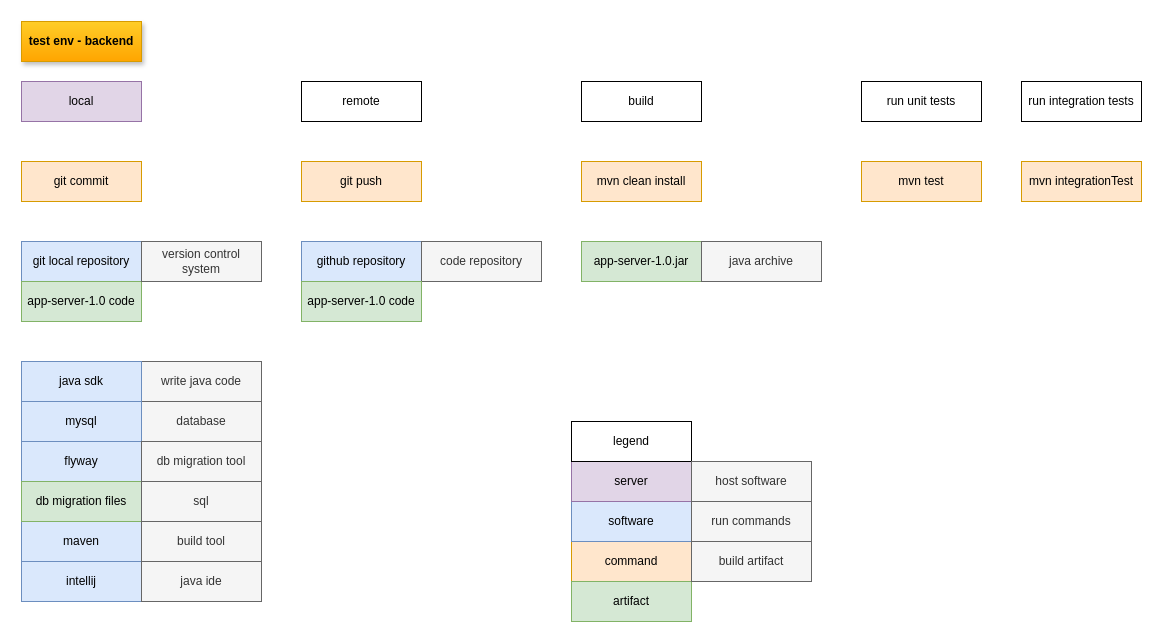
This is page "CI/CD test" (2 of 2) of docs/devops/CI-CD.drawio from cosminbucur/final-ro23, a draw.io file, before an edit. Source tidied: cells renumbered, new cells numbered last; positions are measured from the earlier drawing's top-left corner, leaving out a move shared by most shapes. Both pictures are drawn from the tidied source at 100%, with x=0, y=0 at pixel (21, 21).
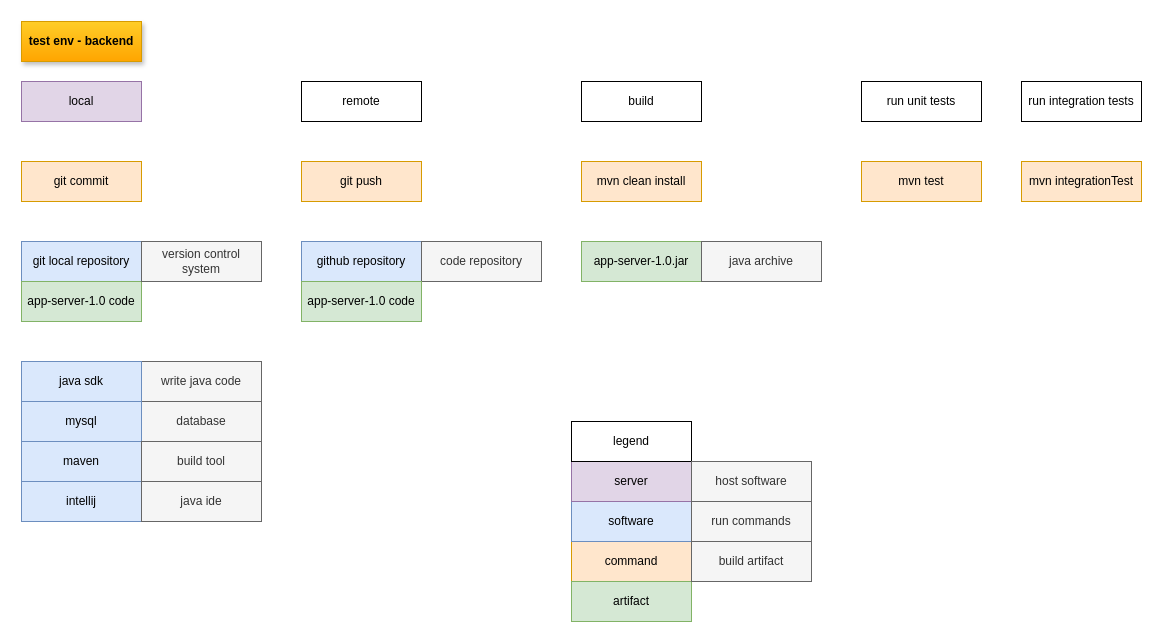
Above is the later version.

Diff of the diagram source:
```diff
@@
     <mxCell id="20" value="intellij" style="rounded=0;whiteSpace=wrap;html=1;fillColor=#dae8fc;strokeColor=#6c8ebf;" parent="1" vertex="1">
-      <mxGeometry y="540" width="120" height="40" as="geometry" />
+      <mxGeometry y="460" width="120" height="40" as="geometry" />
     </mxCell>
     <mxCell id="21" value="java ide" style="rounded=0;whiteSpace=wrap;html=1;fillColor=#f5f5f5;strokeColor=#666666;fontColor=#333333;" parent="1" vertex="1">
-      <mxGeometry x="120" y="540" width="120" height="40" as="geometry" />
+      <mxGeometry x="120" y="460" width="120" height="40" as="geometry" />
     </mxCell>
     <mxCell id="22" value="maven" style="rounded=0;whiteSpace=wrap;html=1;fillColor=#dae8fc;strokeColor=#6c8ebf;" parent="1" vertex="1">
-      <mxGeometry y="500" width="120" height="40" as="geometry" />
+      <mxGeometry y="420" width="120" height="40" as="geometry" />
     </mxCell>
     <mxCell id="23" value="build tool" style="rounded=0;whiteSpace=wrap;html=1;fillColor=#f5f5f5;strokeColor=#666666;fontColor=#333333;" parent="1" vertex="1">
-      <mxGeometry x="120" y="500" width="120" height="40" as="geometry" />
+      <mxGeometry x="120" y="420" width="120" height="40" as="geometry" />
     </mxCell>
@@
-    <mxCell id="37" value="flyway" style="rounded=0;whiteSpace=wrap;html=1;fillColor=#dae8fc;strokeColor=#6c8ebf;" parent="1" vertex="1">
-      <mxGeometry y="420" width="120" height="40" as="geometry" />
-    </mxCell>
-    <mxCell id="38" value="db migration tool" style="rounded=0;whiteSpace=wrap;html=1;fillColor=#f5f5f5;strokeColor=#666666;fontColor=#333333;" parent="1" vertex="1">
-      <mxGeometry x="120" y="420" width="120" height="40" as="geometry" />
-    </mxCell>
-    <mxCell id="39" value="db migration files" style="rounded=0;whiteSpace=wrap;html=1;fillColor=#d5e8d4;strokeColor=#82b366;" parent="1" vertex="1">
-      <mxGeometry y="460" width="120" height="40" as="geometry" />
-    </mxCell>
-    <mxCell id="40" value="sql" style="rounded=0;whiteSpace=wrap;html=1;fillColor=#f5f5f5;strokeColor=#666666;fontColor=#333333;" parent="1" vertex="1">
-      <mxGeometry x="120" y="460" width="120" height="40" as="geometry" />
-    </mxCell>
```
